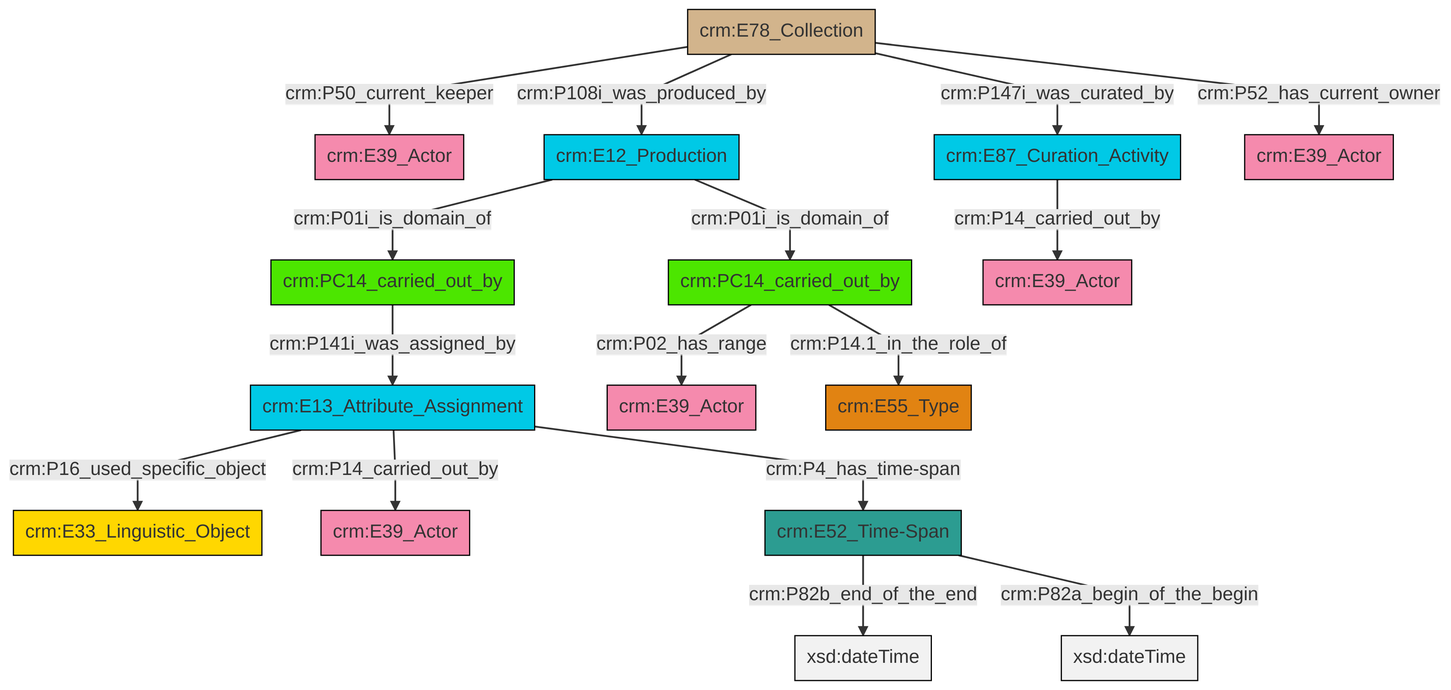
Above: et/archivalCSV/ttl/mmd/png/archival_relation.png in swiss-art-research-net/docs.swissartresearch (Mermaid), before the change. Its source is kept beside it as et/archivalCSV/ttl/mmd/archival_relation.ttl.mmd.
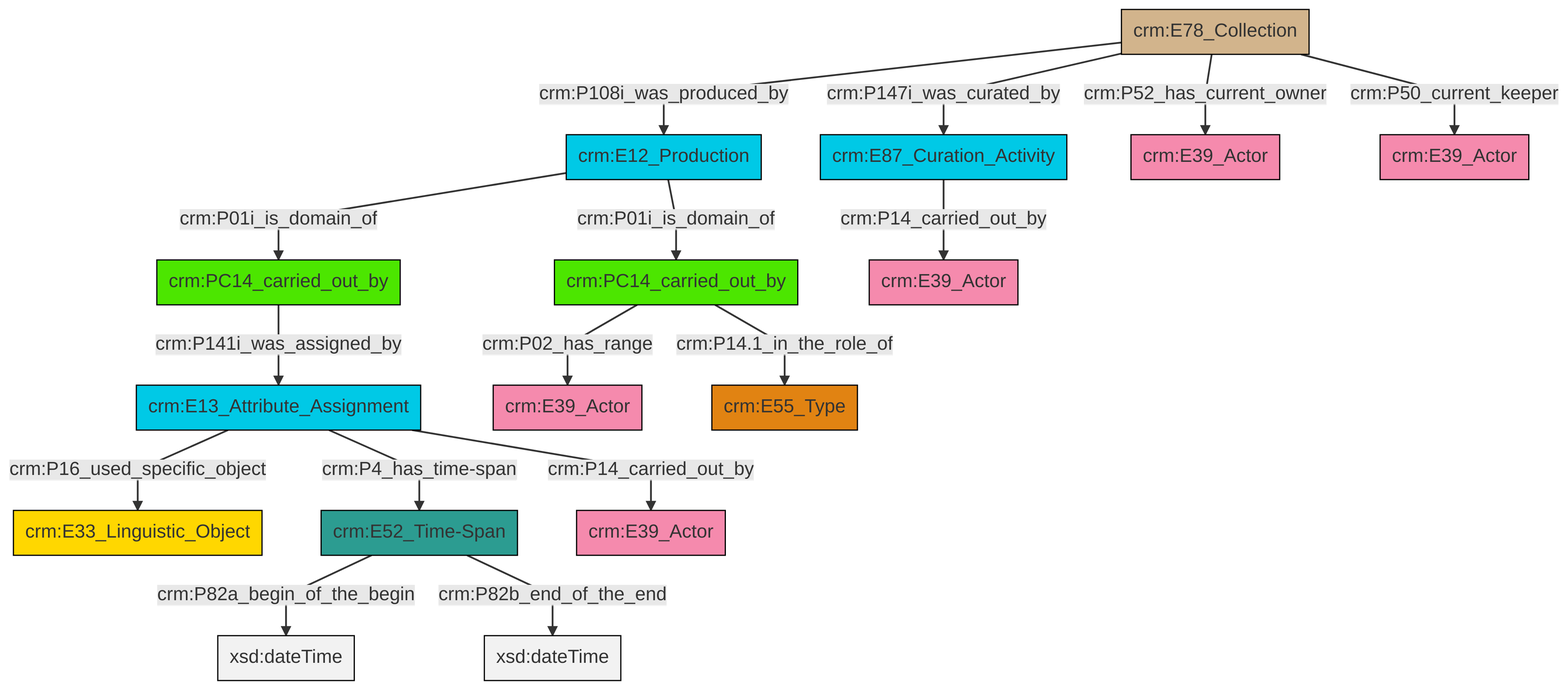
Later version of the same file.

Diff of the diagram source:
```diff
@@ -13,18 +13,18 @@
 classDef PC_Classes fill:#4ce600, stroke:#000000;
 classDef Multi fill:#cccccc,stroke:#000000;
 
-0["crm:PC14_carried_out_by"]:::PC_Classes -->|crm:P02_has_range| 1["crm:E39_Actor"]:::Actor
-0["crm:PC14_carried_out_by"]:::PC_Classes -->|crm:P14.1_in_the_role_of| 3["crm:E55_Type"]:::Type
-5["crm:E13_Attribute_Assignment"]:::Temporal_Entity -->|crm:P16_used_specific_object| 6["crm:E33_Linguistic_Object"]:::Conceptual_Object
-11["crm:E12_Production"]:::Temporal_Entity -->|crm:P01i_is_domain_of| 12["crm:PC14_carried_out_by"]:::PC_Classes
-13["crm:E52_Time-Span"]:::Time-Span -->|crm:P82b_end_of_the_end| 16[xsd:dateTime]:::Literal
-9["crm:E78_Collection"]:::Physical_Thing -->|crm:P50_current_keeper| 20["crm:E39_Actor"]:::Actor
-9["crm:E78_Collection"]:::Physical_Thing -->|crm:P108i_was_produced_by| 11["crm:E12_Production"]:::Temporal_Entity
-9["crm:E78_Collection"]:::Physical_Thing -->|crm:P147i_was_curated_by| 21["crm:E87_Curation_Activity"]:::Temporal_Entity
-21["crm:E87_Curation_Activity"]:::Temporal_Entity -->|crm:P14_carried_out_by| 7["crm:E39_Actor"]:::Actor
-11["crm:E12_Production"]:::Temporal_Entity -->|crm:P01i_is_domain_of| 0["crm:PC14_carried_out_by"]:::PC_Classes
-5["crm:E13_Attribute_Assignment"]:::Temporal_Entity -->|crm:P14_carried_out_by| 24["crm:E39_Actor"]:::Actor
-9["crm:E78_Collection"]:::Physical_Thing -->|crm:P52_has_current_owner| 18["crm:E39_Actor"]:::Actor
-13["crm:E52_Time-Span"]:::Time-Span -->|crm:P82a_begin_of_the_begin| 29[xsd:dateTime]:::Literal
-12["crm:PC14_carried_out_by"]:::PC_Classes -->|crm:P141i_was_assigned_by| 5["crm:E13_Attribute_Assignment"]:::Temporal_Entity
-5["crm:E13_Attribute_Assignment"]:::Temporal_Entity -->|crm:P4_has_time-span| 13["crm:E52_Time-Span"]:::Time-Span
+0["crm:E13_Attribute_Assignment"]:::Temporal_Entity -->|crm:P16_used_specific_object| 1["crm:E33_Linguistic_Object"]:::Conceptual_Object
+2["crm:PC14_carried_out_by"]:::PC_Classes -->|crm:P141i_was_assigned_by| 0["crm:E13_Attribute_Assignment"]:::Temporal_Entity
+3["crm:E12_Production"]:::Temporal_Entity -->|crm:P01i_is_domain_of| 7["crm:PC14_carried_out_by"]:::PC_Classes
+0["crm:E13_Attribute_Assignment"]:::Temporal_Entity -->|crm:P4_has_time-span| 8["crm:E52_Time-Span"]:::Time-Span
+3["crm:E12_Production"]:::Temporal_Entity -->|crm:P01i_is_domain_of| 2["crm:PC14_carried_out_by"]:::PC_Classes
+9["crm:E78_Collection"]:::Physical_Thing -->|crm:P52_has_current_owner| 10["crm:E39_Actor"]:::Actor
+5["crm:E87_Curation_Activity"]:::Temporal_Entity -->|crm:P14_carried_out_by| 14["crm:E39_Actor"]:::Actor
+8["crm:E52_Time-Span"]:::Time-Span -->|crm:P82a_begin_of_the_begin| 15[xsd:dateTime]:::Literal
+7["crm:PC14_carried_out_by"]:::PC_Classes -->|crm:P02_has_range| 20["crm:E39_Actor"]:::Actor
+9["crm:E78_Collection"]:::Physical_Thing -->|crm:P50_current_keeper| 24["crm:E39_Actor"]:::Actor
+9["crm:E78_Collection"]:::Physical_Thing -->|crm:P147i_was_curated_by| 5["crm:E87_Curation_Activity"]:::Temporal_Entity
+7["crm:PC14_carried_out_by"]:::PC_Classes -->|crm:P14.1_in_the_role_of| 27["crm:E55_Type"]:::Type
+9["crm:E78_Collection"]:::Physical_Thing -->|crm:P108i_was_produced_by| 3["crm:E12_Production"]:::Temporal_Entity
+8["crm:E52_Time-Span"]:::Time-Span -->|crm:P82b_end_of_the_end| 29[xsd:dateTime]:::Literal
+0["crm:E13_Attribute_Assignment"]:::Temporal_Entity -->|crm:P14_carried_out_by| 11["crm:E39_Actor"]:::Actor
```
